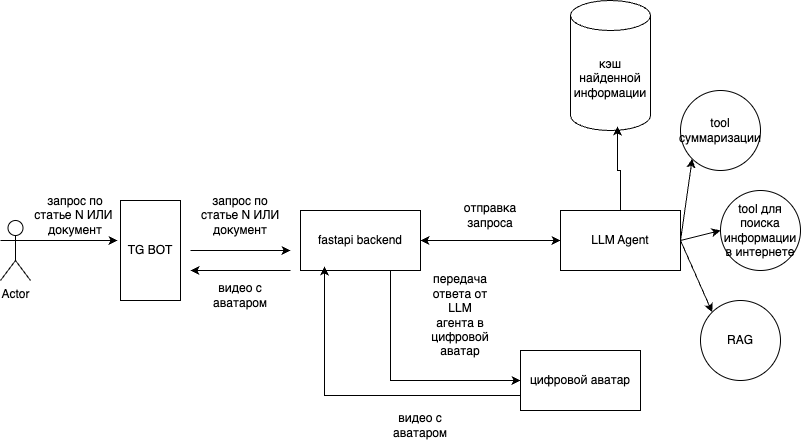
starminalush/margo keeps this draw.io diagram as docs/images/arch.png. Above is the earlier version. Source tidied: cells renumbered, new cells last; positions are measured from the earlier drawing's top-left corner, leaving out a move shared by most shapes. Its diagram source:
```xml
<mxGraphModel>
  <root>
    <mxCell id="0" />
    <mxCell id="1" parent="0" />
    <mxCell id="2" value="Actor" style="shape=umlActor;verticalLabelPosition=bottom;verticalAlign=top;html=1;outlineConnect=0;" parent="1" vertex="1">
      <mxGeometry y="220" width="30" height="60" as="geometry" />
    </mxCell>
    <mxCell id="3" style="endArrow=classic;html=1;rounded=0;" parent="1" edge="1">
      <mxGeometry relative="1" as="geometry">
        <mxPoint x="190" y="250" as="sourcePoint" />
        <mxPoint x="290" y="250" as="targetPoint" />
      </mxGeometry>
    </mxCell>
    <mxCell id="4" value="запрос по статье N ИЛИ документ" style="text;html=1;align=center;verticalAlign=middle;whiteSpace=wrap;rounded=0;" parent="1" vertex="1">
      <mxGeometry x="195" y="200" width="90" height="30" as="geometry" />
    </mxCell>
    <mxCell id="5" style="rounded=0;jettySize=auto;html=1;exitX=1;exitY=0.5;exitDx=0;exitDy=0;entryX=0;entryY=1;entryDx=0;entryDy=0;elbow=vertical;" parent="1" edge="1" source="8" target="10">
      <mxGeometry relative="1" as="geometry" />
    </mxCell>
    <mxCell id="6" style="rounded=0;jettySize=auto;html=1;exitX=1;exitY=0.5;exitDx=0;exitDy=0;entryX=0;entryY=0.5;entryDx=0;entryDy=0;" parent="1" edge="1" source="8" target="9">
      <mxGeometry relative="1" as="geometry" />
    </mxCell>
    <mxCell id="7" style="rounded=0;jettySize=auto;html=1;exitX=1;exitY=0.5;exitDx=0;exitDy=0;entryX=0;entryY=0;entryDx=0;entryDy=0;" parent="1" edge="1" source="8" target="11">
      <mxGeometry relative="1" as="geometry" />
    </mxCell>
    <mxCell id="8" value="LLM Agent" style="rounded=0;whiteSpace=wrap;html=1;" parent="1" vertex="1">
      <mxGeometry x="560" y="210" width="120" height="60" as="geometry" />
    </mxCell>
    <mxCell id="9" value="tool для поиска информации в интернете" style="ellipse;whiteSpace=wrap;html=1;" parent="1" vertex="1">
      <mxGeometry x="720" y="190" width="80" height="80" as="geometry" />
    </mxCell>
    <mxCell id="10" value="tool суммаризации" style="ellipse;whiteSpace=wrap;html=1;" parent="1" vertex="1">
      <mxGeometry x="680" y="90" width="80" height="80" as="geometry" />
    </mxCell>
    <mxCell id="11" value="RAG" style="ellipse;whiteSpace=wrap;html=1;" parent="1" vertex="1">
      <mxGeometry x="700" y="300" width="80" height="80" as="geometry" />
    </mxCell>
    <mxCell id="12" style="edgeStyle=orthogonalEdgeStyle;rounded=0;jettySize=auto;html=1;exitX=1;exitY=0.5;exitDx=0;exitDy=0;entryX=0;entryY=0.5;entryDx=0;entryDy=0;startArrow=classic;startFill=1;" parent="1" edge="1" source="14" target="8">
      <mxGeometry relative="1" as="geometry" />
    </mxCell>
    <mxCell id="13" style="edgeStyle=orthogonalEdgeStyle;rounded=0;jettySize=auto;html=1;exitX=0.75;exitY=1;exitDx=0;exitDy=0;entryX=0;entryY=0.5;entryDx=0;entryDy=0;" parent="1" edge="1" source="14" target="16">
      <mxGeometry relative="1" as="geometry" />
    </mxCell>
    <mxCell id="14" value="fastapi backend" style="rounded=0;whiteSpace=wrap;html=1;" parent="1" vertex="1">
      <mxGeometry x="300" y="210" width="120" height="60" as="geometry" />
    </mxCell>
    <mxCell id="15" value="отправка запроса" style="text;html=1;align=center;verticalAlign=middle;whiteSpace=wrap;rounded=0;" parent="1" vertex="1">
      <mxGeometry x="460" y="200" width="60" height="30" as="geometry" />
    </mxCell>
    <mxCell id="16" value="цифровой аватар" style="rounded=0;whiteSpace=wrap;html=1;" parent="1" vertex="1">
      <mxGeometry x="520" y="350" width="120" height="60" as="geometry" />
    </mxCell>
    <mxCell id="17" value="передача ответа от LLM агента в цифровой аватар" style="text;html=1;align=center;verticalAlign=middle;whiteSpace=wrap;rounded=0;" parent="1" vertex="1">
      <mxGeometry x="430" y="300" width="60" height="30" as="geometry" />
    </mxCell>
    <mxCell id="18" value="кэш найденной информации" style="shape=cylinder3;whiteSpace=wrap;html=1;boundedLbl=1;backgroundOutline=1;size=15;" parent="1" vertex="1">
      <mxGeometry x="570" width="80" height="130" as="geometry" />
    </mxCell>
    <mxCell id="19" style="edgeStyle=orthogonalEdgeStyle;rounded=0;jettySize=auto;html=1;exitX=0.5;exitY=0;exitDx=0;exitDy=0;entryX=0.588;entryY=0.969;entryDx=0;entryDy=0;entryPerimeter=0;" parent="1" edge="1" source="8" target="18">
      <mxGeometry relative="1" as="geometry" />
    </mxCell>
    <mxCell id="20" style="edgeStyle=orthogonalEdgeStyle;rounded=0;jettySize=auto;html=1;exitX=0;exitY=0.75;exitDx=0;exitDy=0;entryX=0.2;entryY=0.933;entryDx=0;entryDy=0;entryPerimeter=0;" parent="1" edge="1" source="16" target="14">
      <mxGeometry relative="1" as="geometry" />
    </mxCell>
    <mxCell id="21" value="видео с аватаром" style="text;html=1;align=center;verticalAlign=middle;whiteSpace=wrap;rounded=0;" parent="1" vertex="1">
      <mxGeometry x="390" y="410" width="60" height="30" as="geometry" />
    </mxCell>
    <mxCell id="22" value="TG BOT" style="rounded=0;whiteSpace=wrap;html=1;" parent="1" vertex="1">
      <mxGeometry x="120" y="200" width="60" height="100" as="geometry" />
    </mxCell>
    <mxCell id="23" style="edgeStyle=orthogonalEdgeStyle;rounded=0;jettySize=auto;html=1;exitX=1;exitY=0.3333333333333333;exitDx=0;exitDy=0;exitPerimeter=0;entryX=-0.05;entryY=0.4;entryDx=0;entryDy=0;entryPerimeter=0;" parent="1" edge="1" source="2" target="22">
      <mxGeometry relative="1" as="geometry" />
    </mxCell>
    <mxCell id="24" value="запрос по статье N ИЛИ&amp;nbsp; документ" style="text;html=1;align=center;verticalAlign=middle;whiteSpace=wrap;rounded=0;" parent="1" vertex="1">
      <mxGeometry x="30" y="200" width="90" height="30" as="geometry" />
    </mxCell>
    <mxCell id="25" style="endArrow=classic;html=1;rounded=0;" parent="1" edge="1">
      <mxGeometry relative="1" as="geometry">
        <mxPoint x="290" y="270" as="sourcePoint" />
        <mxPoint x="190" y="270" as="targetPoint" />
      </mxGeometry>
    </mxCell>
    <mxCell id="26" value="видео с аватаром" style="text;html=1;align=center;verticalAlign=middle;whiteSpace=wrap;rounded=0;" parent="1" vertex="1">
      <mxGeometry x="210" y="280" width="60" height="30" as="geometry" />
    </mxCell>
  </root>
</mxGraphModel>
```
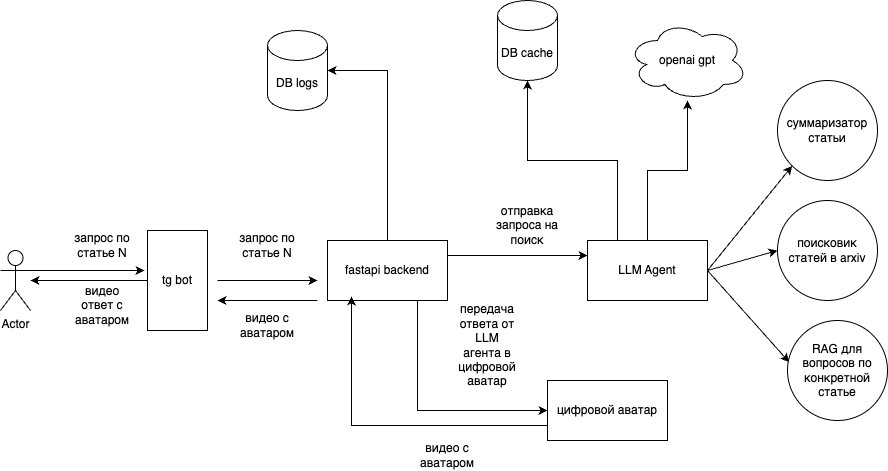
Later version of the same file.

Commit message:
fix architecture. add description for production

Diff of the diagram source:
```diff
@@ -3,7 +3,7 @@
     <mxCell id="0" />
     <mxCell id="1" parent="0" />
     <mxCell id="2" value="Actor" style="shape=umlActor;verticalLabelPosition=bottom;verticalAlign=top;html=1;outlineConnect=0;" parent="1" vertex="1">
-      <mxGeometry y="220" width="30" height="60" as="geometry" />
+      <mxGeometry x="-27" y="220" width="30" height="60" as="geometry" />
     </mxCell>
     <mxCell id="3" style="endArrow=classic;html=1;rounded=0;" parent="1" edge="1">
       <mxGeometry relative="1" as="geometry">
@@ -11,7 +11,7 @@
         <mxPoint x="290" y="250" as="targetPoint" />
       </mxGeometry>
     </mxCell>
-    <mxCell id="4" value="запрос по статье N ИЛИ документ" style="text;html=1;align=center;verticalAlign=middle;whiteSpace=wrap;rounded=0;" parent="1" vertex="1">
+    <mxCell id="4" value="запрос по статье N" style="text;html=1;align=center;verticalAlign=middle;whiteSpace=wrap;rounded=0;" parent="1" vertex="1">
       <mxGeometry x="195" y="200" width="90" height="30" as="geometry" />
     </mxCell>
     <mxCell id="5" style="rounded=0;jettySize=auto;html=1;exitX=1;exitY=0.5;exitDx=0;exitDy=0;entryX=0;entryY=1;entryDx=0;entryDy=0;elbow=vertical;" parent="1" edge="1" source="8" target="10">
@@ -20,32 +20,37 @@
     <mxCell id="6" style="rounded=0;jettySize=auto;html=1;exitX=1;exitY=0.5;exitDx=0;exitDy=0;entryX=0;entryY=0.5;entryDx=0;entryDy=0;" parent="1" edge="1" source="8" target="9">
       <mxGeometry relative="1" as="geometry" />
     </mxCell>
-    <mxCell id="7" style="rounded=0;jettySize=auto;html=1;exitX=1;exitY=0.5;exitDx=0;exitDy=0;entryX=0;entryY=0;entryDx=0;entryDy=0;" parent="1" edge="1" source="8" target="11">
-      <mxGeometry relative="1" as="geometry" />
+    <mxCell id="7" style="rounded=0;jettySize=auto;html=1;exitX=1;exitY=0.5;exitDx=0;exitDy=0;entryX=0;entryY=0;entryDx=0;entryDy=0;" parent="1" edge="1" source="8">
+      <mxGeometry relative="1" as="geometry">
+        <mxPoint x="761.7" y="331.7" as="targetPoint" />
+      </mxGeometry>
     </mxCell>
+    <mxCell id="27" style="edgeStyle=orthogonalEdgeStyle;rounded=0;jettySize=auto;html=1;exitX=0.5;exitY=0;exitDx=0;exitDy=0;" parent="1" edge="1" source="8" target="33">
+      <mxGeometry relative="1" as="geometry" />
+    </mxCell>
+    <mxCell id="28" style="edgeStyle=orthogonalEdgeStyle;rounded=0;jettySize=auto;html=1;exitX=0.25;exitY=0;exitDx=0;exitDy=0;" parent="1" edge="1" source="8" target="35">
+      <mxGeometry relative="1" as="geometry" />
+    </mxCell>
     <mxCell id="8" value="LLM Agent" style="rounded=0;whiteSpace=wrap;html=1;" parent="1" vertex="1">
       <mxGeometry x="560" y="210" width="120" height="60" as="geometry" />
     </mxCell>
-    <mxCell id="9" value="tool для поиска информации в интернете" style="ellipse;whiteSpace=wrap;html=1;" parent="1" vertex="1">
-      <mxGeometry x="720" y="190" width="80" height="80" as="geometry" />
+    <mxCell id="9" value="поисковик статей в arxiv" style="ellipse;whiteSpace=wrap;html=1;" parent="1" vertex="1">
+      <mxGeometry x="750" y="170" width="100" height="100" as="geometry" />
     </mxCell>
-    <mxCell id="10" value="tool суммаризации" style="ellipse;whiteSpace=wrap;html=1;" parent="1" vertex="1">
-      <mxGeometry x="680" y="90" width="80" height="80" as="geometry" />
+    <mxCell id="10" value="суммаризатор статьи" style="ellipse;whiteSpace=wrap;html=1;" parent="1" vertex="1">
+      <mxGeometry x="750" y="50" width="100" height="100" as="geometry" />
     </mxCell>
-    <mxCell id="11" value="RAG" style="ellipse;whiteSpace=wrap;html=1;" parent="1" vertex="1">
-      <mxGeometry x="700" y="300" width="80" height="80" as="geometry" />
-    </mxCell>
+    <mxCell id="13" style="edgeStyle=orthogonalEdgeStyle;rounded=0;jettySize=auto;html=1;exitX=0.75;exitY=1;exitDx=0;exitDy=0;entryX=0;entryY=0.5;entryDx=0;entryDy=0;" parent="1" edge="1" source="14" target="16">
+      <mxGeometry relative="1" as="geometry" />
+    </mxCell>
-    <mxCell id="12" style="edgeStyle=orthogonalEdgeStyle;rounded=0;jettySize=auto;html=1;exitX=1;exitY=0.5;exitDx=0;exitDy=0;entryX=0;entryY=0.5;entryDx=0;entryDy=0;startArrow=classic;startFill=1;" parent="1" edge="1" source="14" target="8">
+    <mxCell id="12" style="edgeStyle=orthogonalEdgeStyle;rounded=0;jettySize=auto;html=1;exitX=1;exitY=0.25;exitDx=0;exitDy=0;entryX=0;entryY=0.25;entryDx=0;entryDy=0;" parent="1" edge="1" source="14" target="8">
       <mxGeometry relative="1" as="geometry" />
     </mxCell>
-    <mxCell id="13" style="edgeStyle=orthogonalEdgeStyle;rounded=0;jettySize=auto;html=1;exitX=0.75;exitY=1;exitDx=0;exitDy=0;entryX=0;entryY=0.5;entryDx=0;entryDy=0;" parent="1" edge="1" source="14" target="16">
-      <mxGeometry relative="1" as="geometry" />
-    </mxCell>
     <mxCell id="14" value="fastapi backend" style="rounded=0;whiteSpace=wrap;html=1;" parent="1" vertex="1">
       <mxGeometry x="300" y="210" width="120" height="60" as="geometry" />
     </mxCell>
-    <mxCell id="15" value="отправка запроса" style="text;html=1;align=center;verticalAlign=middle;whiteSpace=wrap;rounded=0;" parent="1" vertex="1">
-      <mxGeometry x="460" y="200" width="60" height="30" as="geometry" />
+    <mxCell id="15" value="отправка запроса на поиск" style="text;html=1;align=center;verticalAlign=middle;whiteSpace=wrap;rounded=0;" parent="1" vertex="1">
+      <mxGeometry x="450" y="180" width="100" height="30" as="geometry" />
     </mxCell>
     <mxCell id="16" value="цифровой аватар" style="rounded=0;whiteSpace=wrap;html=1;" parent="1" vertex="1">
       <mxGeometry x="520" y="350" width="120" height="60" as="geometry" />
@@ -53,25 +58,22 @@
     <mxCell id="17" value="передача ответа от LLM агента в цифровой аватар" style="text;html=1;align=center;verticalAlign=middle;whiteSpace=wrap;rounded=0;" parent="1" vertex="1">
       <mxGeometry x="430" y="300" width="60" height="30" as="geometry" />
     </mxCell>
-    <mxCell id="18" value="кэш найденной информации" style="shape=cylinder3;whiteSpace=wrap;html=1;boundedLbl=1;backgroundOutline=1;size=15;" parent="1" vertex="1">
-      <mxGeometry x="570" width="80" height="130" as="geometry" />
-    </mxCell>
-    <mxCell id="19" style="edgeStyle=orthogonalEdgeStyle;rounded=0;jettySize=auto;html=1;exitX=0.5;exitY=0;exitDx=0;exitDy=0;entryX=0.588;entryY=0.969;entryDx=0;entryDy=0;entryPerimeter=0;" parent="1" edge="1" source="8" target="18">
-      <mxGeometry relative="1" as="geometry" />
-    </mxCell>
     <mxCell id="20" style="edgeStyle=orthogonalEdgeStyle;rounded=0;jettySize=auto;html=1;exitX=0;exitY=0.75;exitDx=0;exitDy=0;entryX=0.2;entryY=0.933;entryDx=0;entryDy=0;entryPerimeter=0;" parent="1" edge="1" source="16" target="14">
       <mxGeometry relative="1" as="geometry" />
     </mxCell>
     <mxCell id="21" value="видео с аватаром" style="text;html=1;align=center;verticalAlign=middle;whiteSpace=wrap;rounded=0;" parent="1" vertex="1">
       <mxGeometry x="390" y="410" width="60" height="30" as="geometry" />
     </mxCell>
+    <mxCell id="29" style="edgeStyle=orthogonalEdgeStyle;rounded=0;jettySize=auto;html=1;exitX=0;exitY=0.5;exitDx=0;exitDy=0;" parent="1" edge="1" source="22" target="2">
+      <mxGeometry relative="1" as="geometry" />
+    </mxCell>
-    <mxCell id="22" value="TG BOT" style="rounded=0;whiteSpace=wrap;html=1;" parent="1" vertex="1">
+    <mxCell id="22" value="tg bot" style="rounded=0;whiteSpace=wrap;html=1;" parent="1" vertex="1">
       <mxGeometry x="120" y="200" width="60" height="100" as="geometry" />
     </mxCell>
     <mxCell id="23" style="edgeStyle=orthogonalEdgeStyle;rounded=0;jettySize=auto;html=1;exitX=1;exitY=0.3333333333333333;exitDx=0;exitDy=0;exitPerimeter=0;entryX=-0.05;entryY=0.4;entryDx=0;entryDy=0;entryPerimeter=0;" parent="1" edge="1" source="2" target="22">
       <mxGeometry relative="1" as="geometry" />
     </mxCell>
-    <mxCell id="24" value="запрос по статье N ИЛИ&amp;nbsp; документ" style="text;html=1;align=center;verticalAlign=middle;whiteSpace=wrap;rounded=0;" parent="1" vertex="1">
+    <mxCell id="24" value="запрос по статье N" style="text;html=1;align=center;verticalAlign=middle;whiteSpace=wrap;rounded=0;" parent="1" vertex="1">
       <mxGeometry x="30" y="200" width="90" height="30" as="geometry" />
     </mxCell>
     <mxCell id="25" style="endArrow=classic;html=1;rounded=0;" parent="1" edge="1">
@@ -83,5 +85,23 @@
     <mxCell id="26" value="видео с аватаром" style="text;html=1;align=center;verticalAlign=middle;whiteSpace=wrap;rounded=0;" parent="1" vertex="1">
       <mxGeometry x="210" y="280" width="60" height="30" as="geometry" />
     </mxCell>
+    <mxCell id="30" value="DB logs" style="shape=cylinder3;whiteSpace=wrap;html=1;boundedLbl=1;backgroundOutline=1;size=15;" parent="1" vertex="1">
+      <mxGeometry x="240" width="60" height="80" as="geometry" />
+    </mxCell>
+    <mxCell id="31" style="edgeStyle=orthogonalEdgeStyle;rounded=0;jettySize=auto;html=1;exitX=0.5;exitY=0;exitDx=0;exitDy=0;entryX=1;entryY=0.5;entryDx=0;entryDy=0;entryPerimeter=0;" parent="1" edge="1" source="14" target="30">
+      <mxGeometry relative="1" as="geometry" />
+    </mxCell>
+    <mxCell id="32" value="видео ответ с аватаром" style="text;html=1;align=center;verticalAlign=middle;whiteSpace=wrap;rounded=0;" parent="1" vertex="1">
+      <mxGeometry x="45" y="260" width="60" height="30" as="geometry" />
+    </mxCell>
+    <mxCell id="33" value="openai gpt" style="ellipse;shape=cloud;whiteSpace=wrap;html=1;" parent="1" vertex="1">
+      <mxGeometry x="600" y="-10" width="120" height="80" as="geometry" />
+    </mxCell>
+    <mxCell id="34" value="RAG для вопросов по конкретной статье" style="ellipse;whiteSpace=wrap;html=1;" parent="1" vertex="1">
+      <mxGeometry x="760" y="290" width="100" height="100" as="geometry" />
+    </mxCell>
+    <mxCell id="35" value="DB cache" style="shape=cylinder3;whiteSpace=wrap;html=1;boundedLbl=1;backgroundOutline=1;size=15;" parent="1" vertex="1">
+      <mxGeometry x="470" y="-30" width="60" height="80" as="geometry" />
+    </mxCell>
   </root>
 </mxGraphModel>
```
